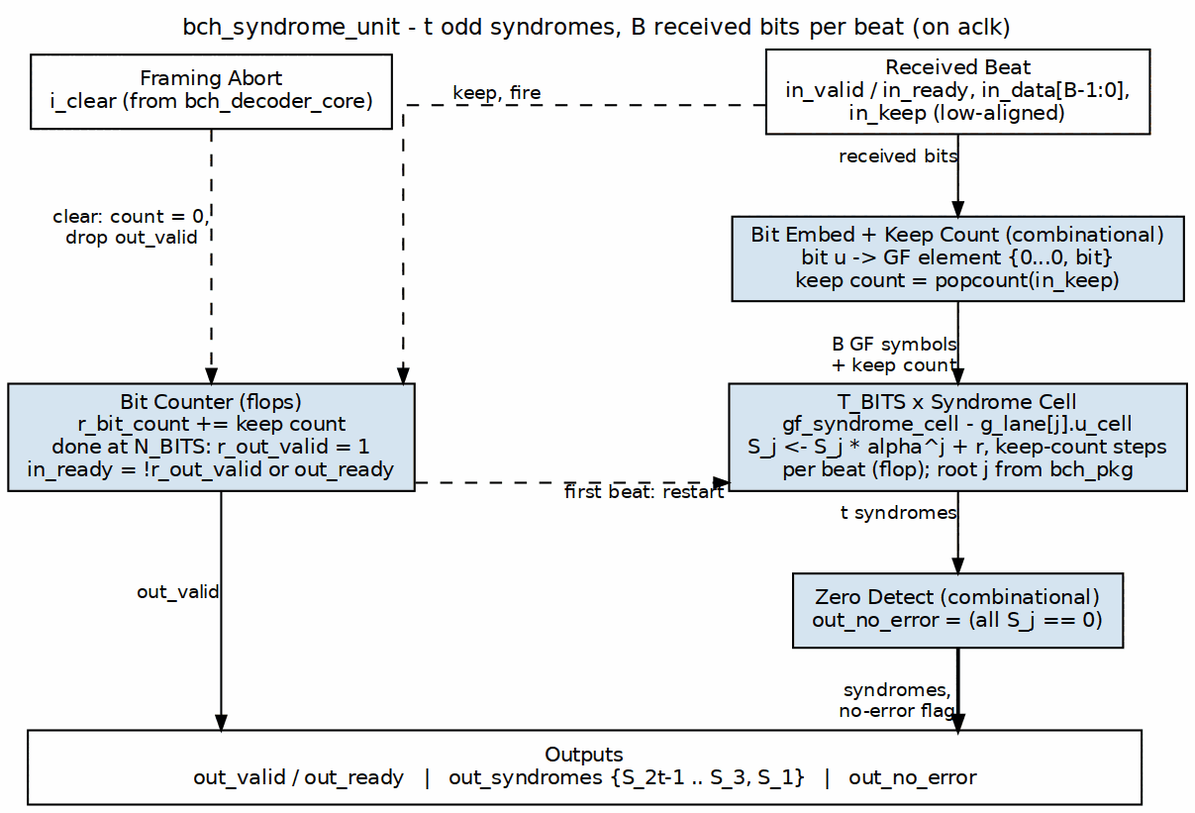
sean-galloway/RTLDesignSherpa keeps this Graphviz diagram as projects/components/ecc-ip/bch/docs/bch_mas/assets/graphviz/bch_syndrome_unit.png. Above is the earlier version. Its source is kept beside it as projects/components/ecc-ip/bch/docs/bch_mas/assets/graphviz/bch_syndrome_unit.dot. Source of this version:
```dot
digraph bch_syndrome_unit {
    graph [rankdir=TB, bgcolor="white", fontname="Helvetica", fontsize=11,
           nodesep="0.40", ranksep="0.55", splines=ortho, newrank=true,
           labelloc=t, labeljust=c];
    node  [fontname="Helvetica", fontsize=10, shape=box, style=filled,
           fillcolor="#D6E4F0", color="black", margin="0.12,0.06"];
    edge  [fontname="Helvetica", fontsize=9, color="black", arrowsize=0.7];
    label="bch_syndrome_unit - t odd syndromes, B received bits per beat (on aclk)";

    in    [label="Received Beat\nin_valid / in_ready, in_data[B-1:0],\nin_keep (low-aligned)", fillcolor="white", group=C];
    clr   [label="Framing Abort\ni_clear (from bch_decoder_core)", fillcolor="white", group=L];

    cnt   [label="Bit Counter (flops)\nr_bit_count += keep count\ndone at N_BITS: r_out_valid = 1\nin_ready = !r_out_valid or out_ready", group=L];
    emb   [label="Bit Embed + Keep Count (combinational)\nbit u -> GF element {0...0, bit}\nkeep count = popcount(in_keep)", group=C];
    cells [label="T_BITS x Syndrome Cell\ngf_syndrome_cell - g_lane[j].u_cell\nS_j <- S_j * alpha^j + r, keep-count steps\nper beat (flop); root j from bch_pkg", group=C];
    zero  [label="Zero Detect (combinational)\nout_no_error = (all S_j == 0)", group=C];

    bar   [label="Outputs\nout_valid / out_ready   |   out_syndromes {S_2t-1 .. S_3, S_1}   |   out_no_error",
           fillcolor="white", width=7.5];

    in    -> emb   [xlabel="received bits"];
    emb   -> cells [xlabel="B GF symbols\n+ keep count"];
    cells -> zero  [xlabel="t syndromes"];
    zero  -> bar   [xlabel="syndromes,\nno-error flag", penwidth=1.8];

    clr   -> cnt   [style=dashed, xlabel="clear: count = 0,\ndrop out_valid"];
    in    -> cnt   [style=dashed, constraint=false, xlabel="keep, fire"];
    cnt   -> cells [style=dashed, xlabel="first beat: restart"];
    cnt   -> bar   [xlabel="out_valid"];

    { rank=same; in; clr; }
    sp [label="", width=1.3, style=invis];
    { rank=same; cells; cnt; sp; }
    cnt -> sp -> cells [style=invis];
    clr -> in [style=invis];
}
```
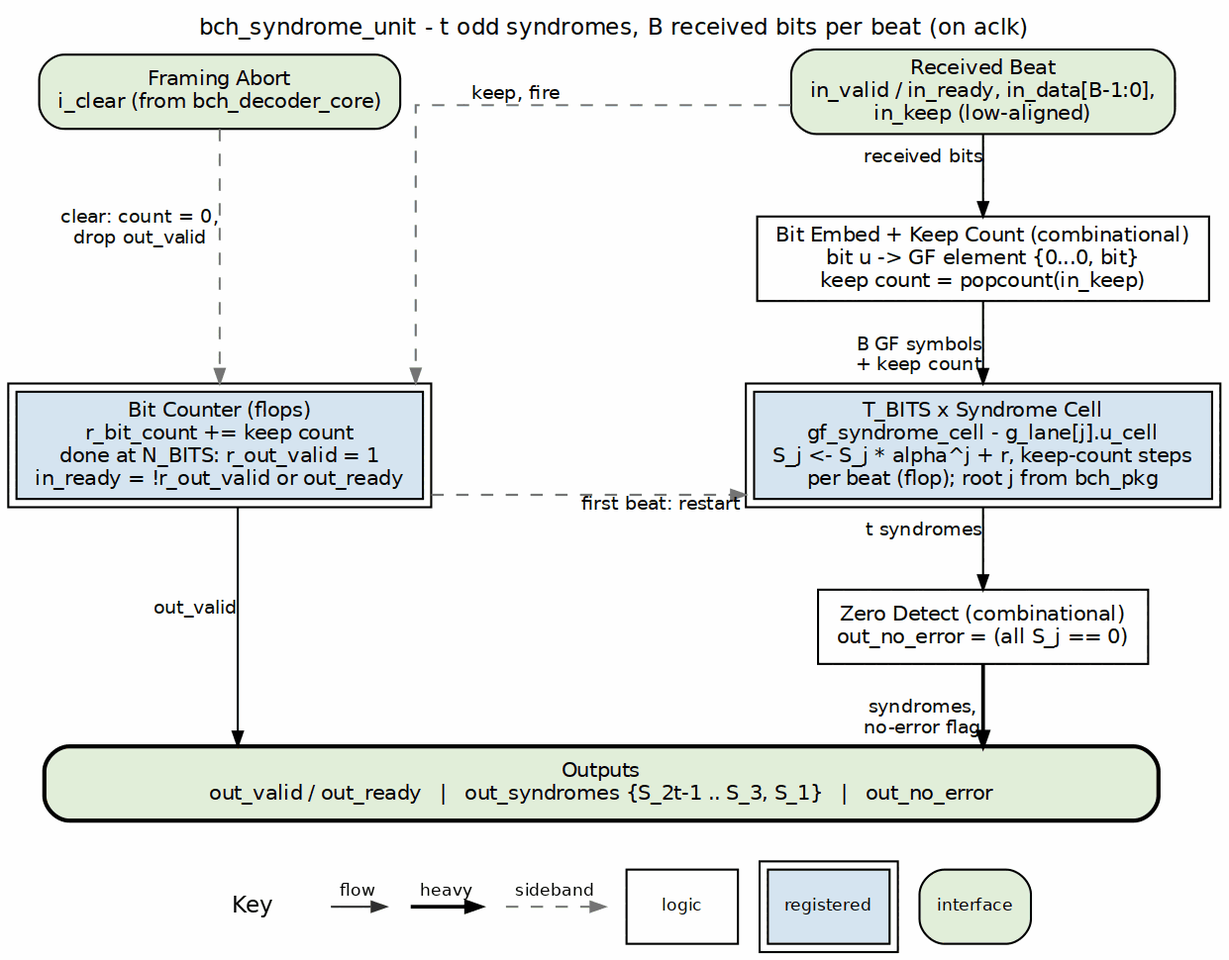
Above is the later version.

Change to the diagram source:
```diff
@@ -3,29 +3,29 @@
            nodesep="0.40", ranksep="0.55", splines=ortho, newrank=true,
            labelloc=t, labeljust=c];
     node  [fontname="Helvetica", fontsize=10, shape=box, style=filled,
-           fillcolor="#D6E4F0", color="black", margin="0.12,0.06"];
+           fillcolor="white", color="black", margin="0.12,0.06"];
     edge  [fontname="Helvetica", fontsize=9, color="black", arrowsize=0.7];
     label="bch_syndrome_unit - t odd syndromes, B received bits per beat (on aclk)";
 
-    in    [label="Received Beat\nin_valid / in_ready, in_data[B-1:0],\nin_keep (low-aligned)", fillcolor="white", group=C];
-    clr   [label="Framing Abort\ni_clear (from bch_decoder_core)", fillcolor="white", group=L];
+    in    [label="Received Beat\nin_valid / in_ready, in_data[B-1:0],\nin_keep (low-aligned)", fillcolor="white", group=C, style="rounded,filled", fillcolor="#E2EFDA"];
+    clr   [label="Framing Abort\ni_clear (from bch_decoder_core)", fillcolor="white", group=L, style="rounded,filled", fillcolor="#E2EFDA"];
 
-    cnt   [label="Bit Counter (flops)\nr_bit_count += keep count\ndone at N_BITS: r_out_valid = 1\nin_ready = !r_out_valid or out_ready", group=L];
-    emb   [label="Bit Embed + Keep Count (combinational)\nbit u -> GF element {0...0, bit}\nkeep count = popcount(in_keep)", group=C];
-    cells [label="T_BITS x Syndrome Cell\ngf_syndrome_cell - g_lane[j].u_cell\nS_j <- S_j * alpha^j + r, keep-count steps\nper beat (flop); root j from bch_pkg", group=C];
-    zero  [label="Zero Detect (combinational)\nout_no_error = (all S_j == 0)", group=C];
+    cnt   [label="Bit Counter (flops)\nr_bit_count += keep count\ndone at N_BITS: r_out_valid = 1\nin_ready = !r_out_valid or out_ready", group=L, peripheries=2, style="filled", fillcolor="#D6E4F0"];
+    emb   [label="Bit Embed + Keep Count (combinational)\nbit u -> GF element {0...0, bit}\nkeep count = popcount(in_keep)", group=C, style="filled", fillcolor="white"];
+    cells [label="T_BITS x Syndrome Cell\ngf_syndrome_cell - g_lane[j].u_cell\nS_j <- S_j * alpha^j + r, keep-count steps\nper beat (flop); root j from bch_pkg", group=C, peripheries=2, style="filled", fillcolor="#D6E4F0"];
+    zero  [label="Zero Detect (combinational)\nout_no_error = (all S_j == 0)", group=C, style="filled", fillcolor="white"];
 
     bar   [label="Outputs\nout_valid / out_ready   |   out_syndromes {S_2t-1 .. S_3, S_1}   |   out_no_error",
-           fillcolor="white", width=7.5];
+           fillcolor="white", width=7.5, style="rounded,filled,bold", fillcolor="#E2EFDA"];
 
     in    -> emb   [xlabel="received bits"];
     emb   -> cells [xlabel="B GF symbols\n+ keep count"];
     cells -> zero  [xlabel="t syndromes"];
     zero  -> bar   [xlabel="syndromes,\nno-error flag", penwidth=1.8];
 
-    clr   -> cnt   [style=dashed, xlabel="clear: count = 0,\ndrop out_valid"];
-    in    -> cnt   [style=dashed, constraint=false, xlabel="keep, fire"];
-    cnt   -> cells [style=dashed, xlabel="first beat: restart"];
+    clr   -> cnt   [style=dashed, color="#777777", xlabel="clear: count = 0,\ndrop out_valid"];
+    in    -> cnt   [style=dashed, color="#777777", constraint=false, xlabel="keep, fire"];
+    cnt   -> cells [style=dashed, color="#777777", xlabel="first beat: restart"];
     cnt   -> bar   [xlabel="out_valid"];
 
     { rank=same; in; clr; }
```
